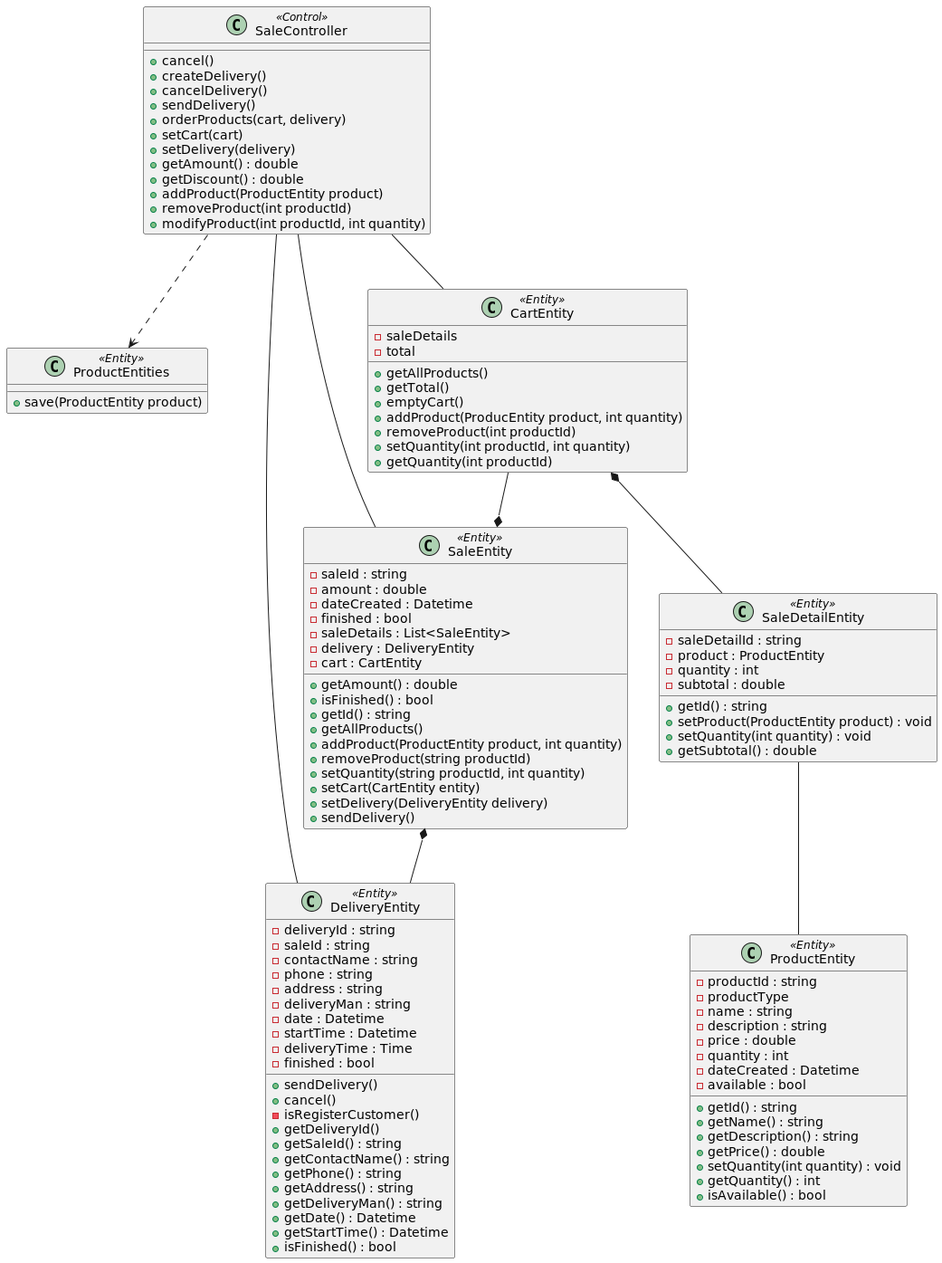
Before: Out/SaleController.AnalysisClasses.png, a diagram exported from PlantUML (Kenny-Tinoco/galy-studio-web-system.doc). Source of this version:
```plantuml
@startuml
skinparam BackgroundColor transparent

SaleController ..> ProductEntities
SaleController -- CartEntity
SaleController -- SaleEntity
SaleController -- DeliveryEntity
CartEntity --* SaleEntity
CartEntity *-- SaleDetailEntity
SaleEntity *-- DeliveryEntity
SaleDetailEntity -- ProductEntity

class SaleController <<Control>>
{
    +cancel()
    +createDelivery()
    +cancelDelivery()
    +sendDelivery()
    +orderProducts(cart, delivery)
    +setCart(cart)
    +setDelivery(delivery)
    +getAmount() : double
    +getDiscount() : double
    +addProduct(ProductEntity product)
    +removeProduct(int productId)
    +modifyProduct(int productId, int quantity)
}

class ProductEntities <<Entity>>
{
    +save(ProductEntity product)
}

class CartEntity <<Entity>>
{
    -saleDetails
    -total
    +getAllProducts()
    +getTotal()
    +emptyCart()
    +addProduct(ProducEntity product, int quantity)
    +removeProduct(int productId)
    +setQuantity(int productId, int quantity)
    +getQuantity(int productId)
}

class SaleDetailEntity <<Entity>>
{
    -saleDetailId : string
    -product : ProductEntity
    -quantity : int
    -subtotal : double
    +getId() : string
    +setProduct(ProductEntity product) : void
    +setQuantity(int quantity) : void
    +getSubtotal() : double
}

class ProductEntity <<Entity>>
{
    -productId : string
    -productType
    -name : string
    -description : string
    -price : double
    -quantity : int
    -dateCreated : Datetime
    -available : bool

    +getId() : string
    +getName() : string
    +getDescription() : string
    +getPrice() : double
    +setQuantity(int quantity) : void
    +getQuantity() : int
    +isAvailable() : bool
}

class SaleEntity <<Entity>>
{
    -saleId : string
    -amount : double
    -dateCreated : Datetime
    -finished : bool
    -saleDetails : List<SaleEntity>
    -delivery : DeliveryEntity
    -cart : CartEntity

    +getAmount() : double
    +isFinished() : bool
    +getId() : string
    +getAllProducts()
    +addProduct(ProductEntity product, int quantity)
    +removeProduct(string productId)
    +setQuantity(string productId, int quantity)
    +setCart(CartEntity entity)
    +setDelivery(DeliveryEntity delivery)
    +sendDelivery()
}

class DeliveryEntity <<Entity>>
{
    -deliveryId : string
    -saleId : string
    -contactName : string
    -phone : string
    -address : string
    -deliveryMan : string
    -date : Datetime
    -startTime : Datetime
    -deliveryTime : Time
    -finished : bool

    +sendDelivery()
    +cancel()
    -isRegisterCustomer()
    +getDeliveryId()
    +getSaleId() : string
    +getContactName() : string
    +getPhone() : string
    +getAddress() : string
    +getDeliveryMan() : string
    +getDate() : Datetime
    +getStartTime() : Datetime
    +isFinished() : bool
}

@enduml
```
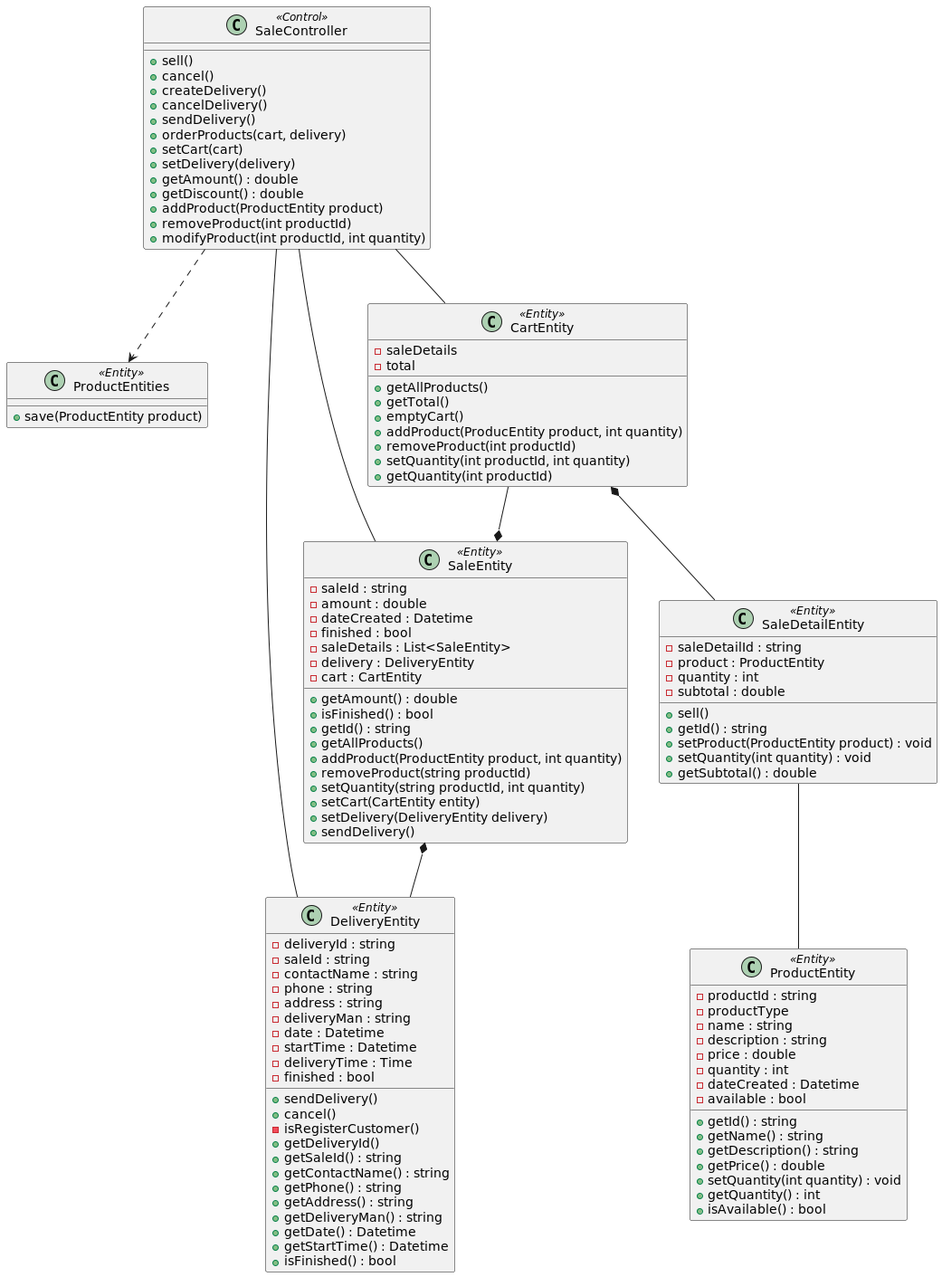
Above is the later version.

Diff of the diagram source:
```diff
@@ -12,6 +12,7 @@
 
 class SaleController <<Control>>
 {
+    +sell()
     +cancel()
     +createDelivery()
     +cancelDelivery()
@@ -50,6 +51,7 @@
     -product : ProductEntity
     -quantity : int
     -subtotal : double
+    +sell()
     +getId() : string
     +setProduct(ProductEntity product) : void
     +setQuantity(int quantity) : void
```
